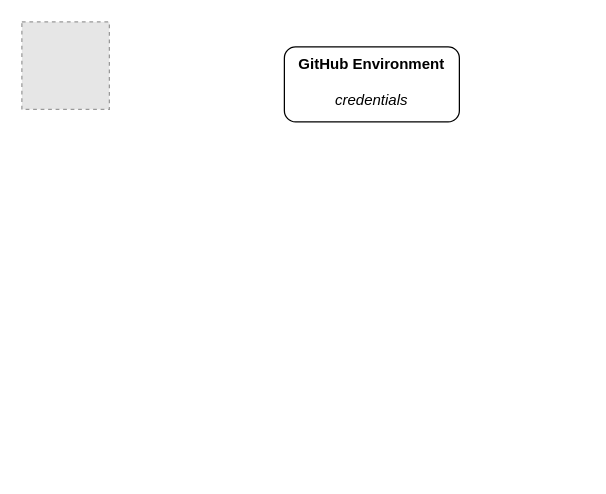
This is drawio/github-flow.drawio from ParisaMousavi/wordpress, a draw.io file, before an edit. Source tidied: cells renumbered, new cells numbered last; positions are measured from the earlier drawing's top-left corner, leaving out a move shared by most shapes. Both pictures are drawn from the tidied source at 125%, with x=0, y=0 at pixel (21, 21). Pictures stored in the file or linked from it are replaced by grey dashed boxes.
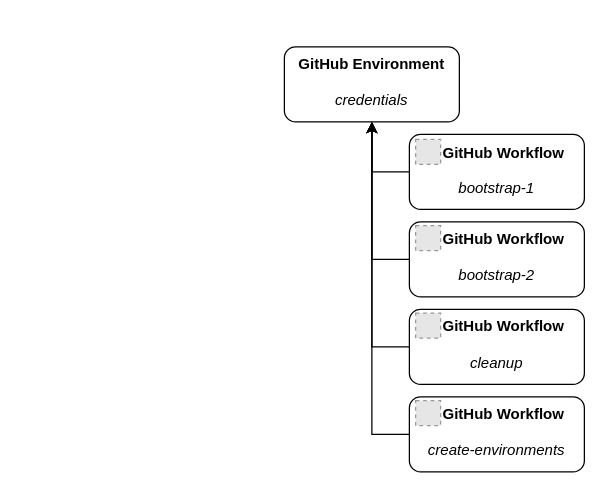
Above is the later version.

The edit, as a diff of the source:
```diff
@@
 <mxGraphModel>
   <root>
     <mxCell id="0" />
     <mxCell id="1" parent="0" />
-    <mxCell id="2" style="fillColor=#E6E6E6;strokeColor=#999999;dashed=1;verticalLabelPosition=bottom;labelBackgroundColor=default;verticalAlign=top;" parent="1" vertex="1">
-      <mxGeometry width="70" height="70" as="geometry" />
-    </mxCell>
     <mxCell id="3" value="&lt;b&gt;GitHub Environment&lt;/b&gt;&lt;div&gt;&lt;br&gt;&lt;/div&gt;&lt;div&gt;&lt;i&gt;credentials&lt;/i&gt;&lt;/div&gt;" style="rounded=1;whiteSpace=wrap;html=1;verticalAlign=top;" parent="1" vertex="1">
       <mxGeometry x="210" y="20" width="140" height="60" as="geometry" />
     </mxCell>
+    <mxCell id="4" style="edgeStyle=orthogonalEdgeStyle;rounded=0;jettySize=auto;html=1;entryX=0.5;entryY=1;entryDx=0;entryDy=0;exitX=0;exitY=0.5;exitDx=0;exitDy=0;" parent="1" edge="1" source="5" target="3">
+      <mxGeometry relative="1" as="geometry" />
+    </mxCell>
+    <mxCell id="5" value="&lt;div&gt;&lt;br&gt;&lt;/div&gt;&lt;div&gt;&lt;br&gt;&lt;/div&gt;&lt;div&gt;&lt;i&gt;bootstrap-1&lt;/i&gt;&lt;/div&gt;" style="rounded=1;whiteSpace=wrap;html=1;verticalAlign=top;" parent="1" vertex="1">
+      <mxGeometry x="310" y="90" width="140" height="60" as="geometry" />
+    </mxCell>
+    <mxCell id="6" style="edgeStyle=orthogonalEdgeStyle;rounded=0;jettySize=auto;html=1;exitX=0;exitY=0.5;exitDx=0;exitDy=0;entryX=0.5;entryY=1;entryDx=0;entryDy=0;" parent="1" edge="1" source="7" target="3">
+      <mxGeometry relative="1" as="geometry" />
+    </mxCell>
+    <mxCell id="7" value="&lt;div&gt;&lt;br&gt;&lt;/div&gt;&lt;div&gt;&lt;br&gt;&lt;/div&gt;&lt;div&gt;&lt;i&gt;bootstrap-2&lt;/i&gt;&lt;/div&gt;" style="rounded=1;whiteSpace=wrap;html=1;verticalAlign=top;" parent="1" vertex="1">
+      <mxGeometry x="310" y="160" width="140" height="60" as="geometry" />
+    </mxCell>
+    <mxCell id="8" style="edgeStyle=orthogonalEdgeStyle;rounded=0;jettySize=auto;html=1;exitX=0;exitY=0.5;exitDx=0;exitDy=0;entryX=0.5;entryY=1;entryDx=0;entryDy=0;" parent="1" edge="1" source="9" target="3">
+      <mxGeometry relative="1" as="geometry" />
+    </mxCell>
+    <mxCell id="9" value="&lt;div&gt;&lt;br&gt;&lt;/div&gt;&lt;div&gt;&lt;br&gt;&lt;/div&gt;&lt;div&gt;&lt;i&gt;cleanup&lt;/i&gt;&lt;/div&gt;" style="rounded=1;whiteSpace=wrap;html=1;verticalAlign=top;" parent="1" vertex="1">
+      <mxGeometry x="310" y="230" width="140" height="60" as="geometry" />
+    </mxCell>
+    <mxCell id="10" style="edgeStyle=orthogonalEdgeStyle;rounded=0;jettySize=auto;html=1;exitX=0;exitY=0.5;exitDx=0;exitDy=0;entryX=0.5;entryY=1;entryDx=0;entryDy=0;" parent="1" edge="1" source="11" target="3">
+      <mxGeometry relative="1" as="geometry" />
+    </mxCell>
+    <mxCell id="11" value="&lt;div&gt;&lt;br&gt;&lt;/div&gt;&lt;div&gt;&lt;br&gt;&lt;/div&gt;&lt;div&gt;&lt;i&gt;create-environments&lt;/i&gt;&lt;/div&gt;" style="rounded=1;whiteSpace=wrap;html=1;verticalAlign=top;" parent="1" vertex="1">
+      <mxGeometry x="310" y="300" width="140" height="60" as="geometry" />
+    </mxCell>
+    <mxCell id="12" value="GitHub Workflow" style="fillColor=#E6E6E6;strokeColor=#999999;dashed=1;verticalLabelPosition=middle;labelBackgroundColor=default;verticalAlign=middle;labelPosition=right;align=left;fontStyle=1;" parent="1" vertex="1">
+      <mxGeometry x="315" y="94" width="20" height="20" as="geometry" />
+    </mxCell>
+    <mxCell id="13" value="GitHub Workflow" style="fillColor=#E6E6E6;strokeColor=#999999;dashed=1;verticalLabelPosition=middle;labelBackgroundColor=default;verticalAlign=middle;labelPosition=right;align=left;fontStyle=1;" parent="1" vertex="1">
+      <mxGeometry x="315" y="163" width="20" height="20" as="geometry" />
+    </mxCell>
+    <mxCell id="14" value="GitHub Workflow" style="fillColor=#E6E6E6;strokeColor=#999999;dashed=1;verticalLabelPosition=middle;labelBackgroundColor=default;verticalAlign=middle;labelPosition=right;align=left;fontStyle=1;" parent="1" vertex="1">
+      <mxGeometry x="315" y="233" width="20" height="20" as="geometry" />
+    </mxCell>
+    <mxCell id="15" value="GitHub Workflow" style="fillColor=#E6E6E6;strokeColor=#999999;dashed=1;verticalLabelPosition=middle;labelBackgroundColor=default;verticalAlign=middle;labelPosition=right;align=left;fontStyle=1;" parent="1" vertex="1">
+      <mxGeometry x="315" y="303" width="20" height="20" as="geometry" />
+    </mxCell>
   </root>
 </mxGraphModel>
```
